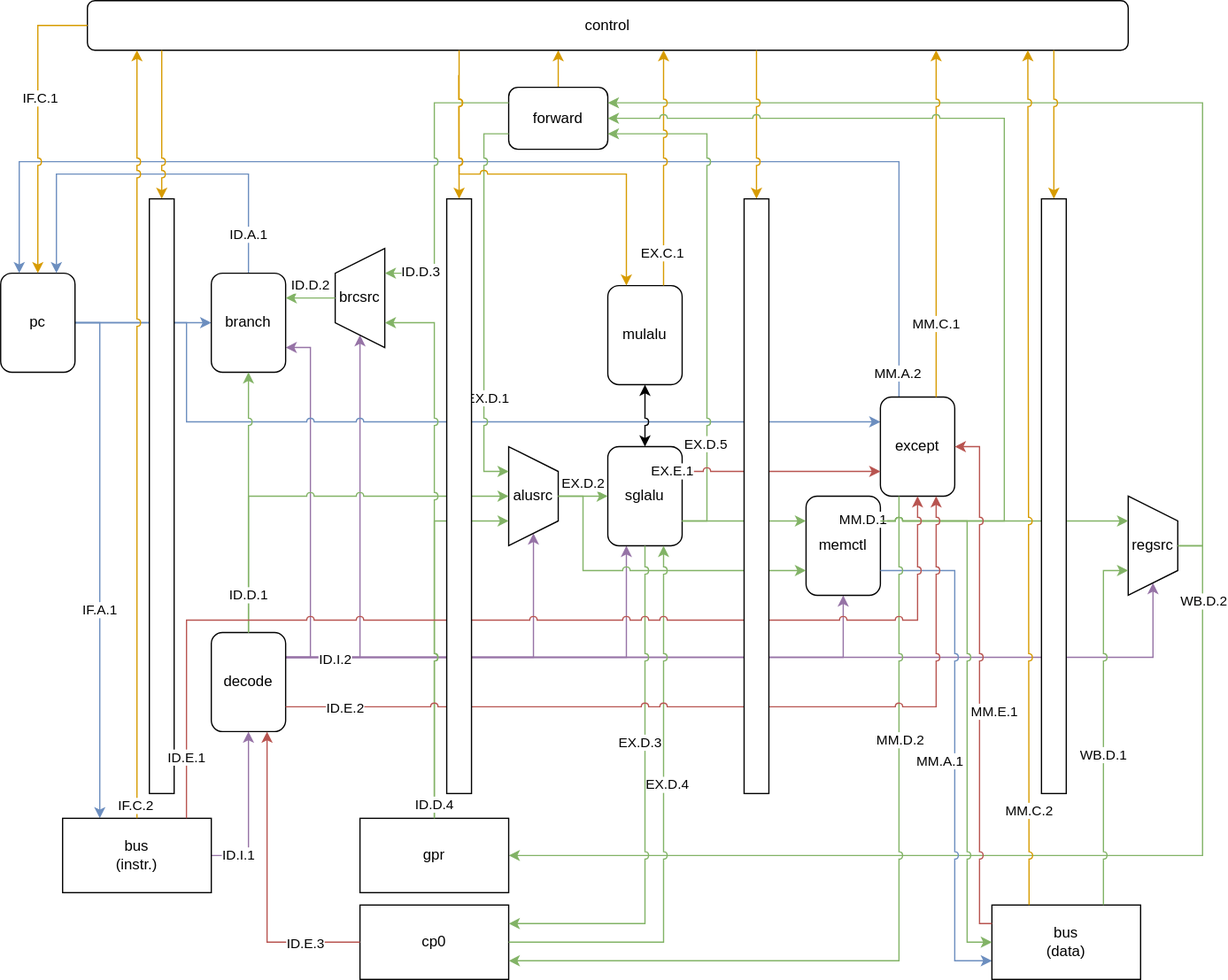
This is datapath-2.svg from endereyewxy/NaiveMIPS, a draw.io export, as it was before one commit. Source tidied: cells renumbered, new cells last; positions are measured from the earlier drawing's top-left corner, leaving out a move shared by most shapes.
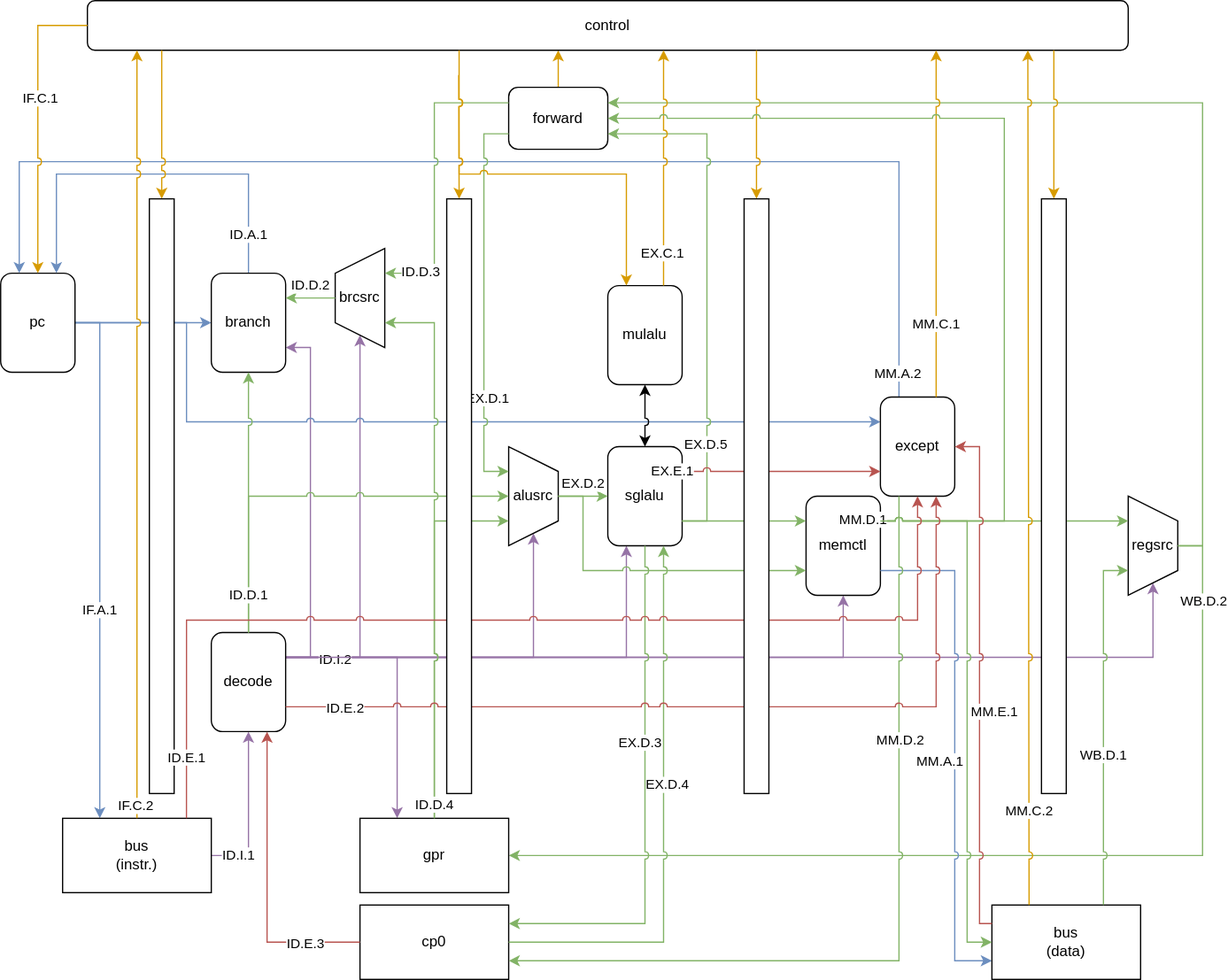
The same file after the commit.

Commit message:
修正数据通路

Change to the diagram source:
```diff
@@ -60,6 +60,9 @@
     <mxCell id="18" value="&lt;div&gt;pc&lt;/div&gt;" style="rounded=1;whiteSpace=wrap;html=1;" parent="1" vertex="1">
       <mxGeometry y="220" width="60" height="80" as="geometry" />
     </mxCell>
+    <mxCell id="101" style="edgeStyle=orthogonalEdgeStyle;rounded=0;jumpStyle=arc;jettySize=auto;html=1;exitX=1;exitY=0.25;exitDx=0;exitDy=0;entryX=0.25;entryY=0;entryDx=0;entryDy=0;startArrow=none;startFill=0;fillColor=#e1d5e7;strokeColor=#9673a6;" parent="1" edge="1" source="19" target="37">
+      <mxGeometry relative="1" as="geometry" />
+    </mxCell>
     <mxCell id="19" value="&lt;div&gt;decode&lt;/div&gt;" style="rounded=1;whiteSpace=wrap;html=1;" parent="1" vertex="1">
       <mxGeometry x="170" y="510" width="60" height="80" as="geometry" />
     </mxCell>
```
